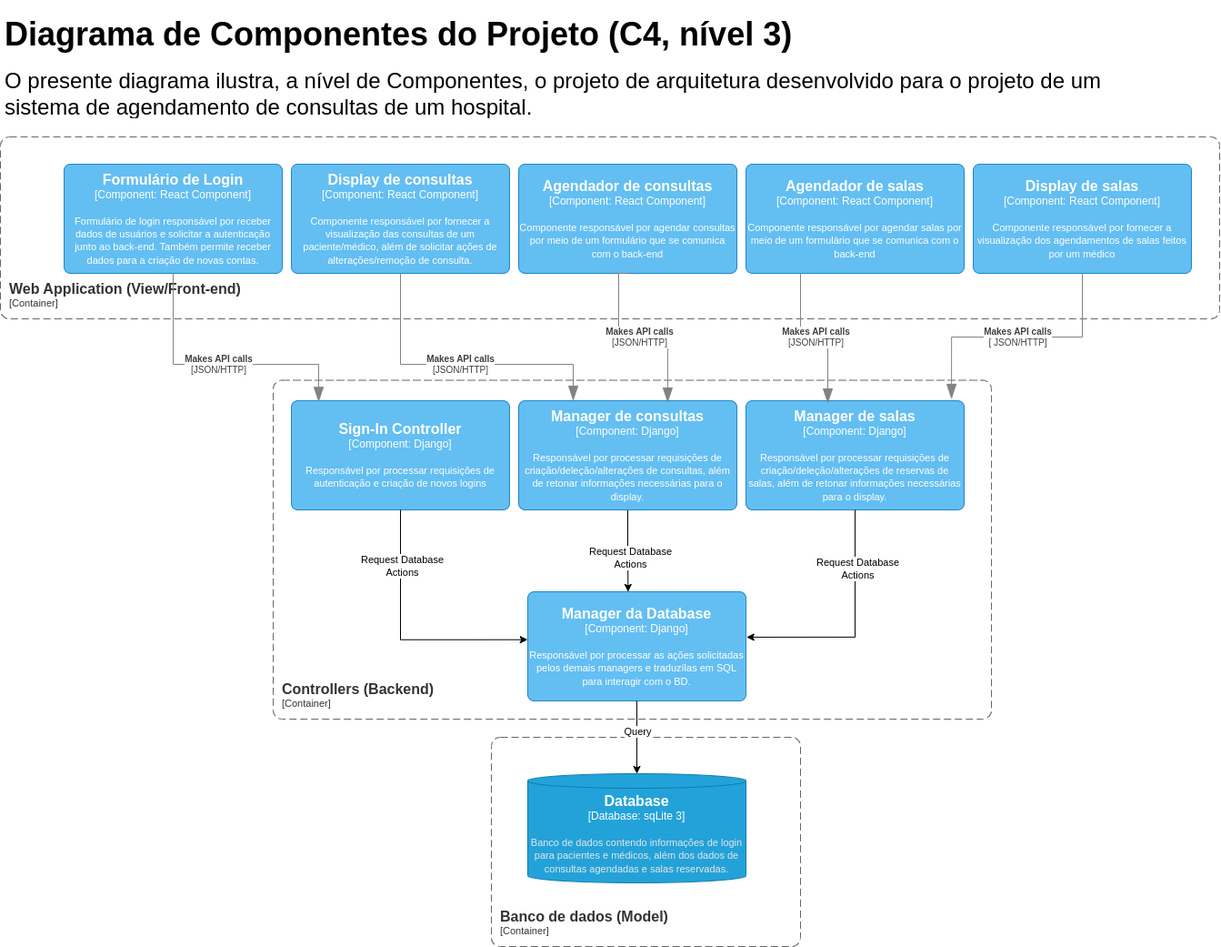
Earlier version of the draw.io export imagens/c4.drawio.png (MC426/Projeto). Source tidied: cells renumbered, new cells last; positions are measured from the earlier drawing's top-left corner, leaving out a move shared by most shapes.
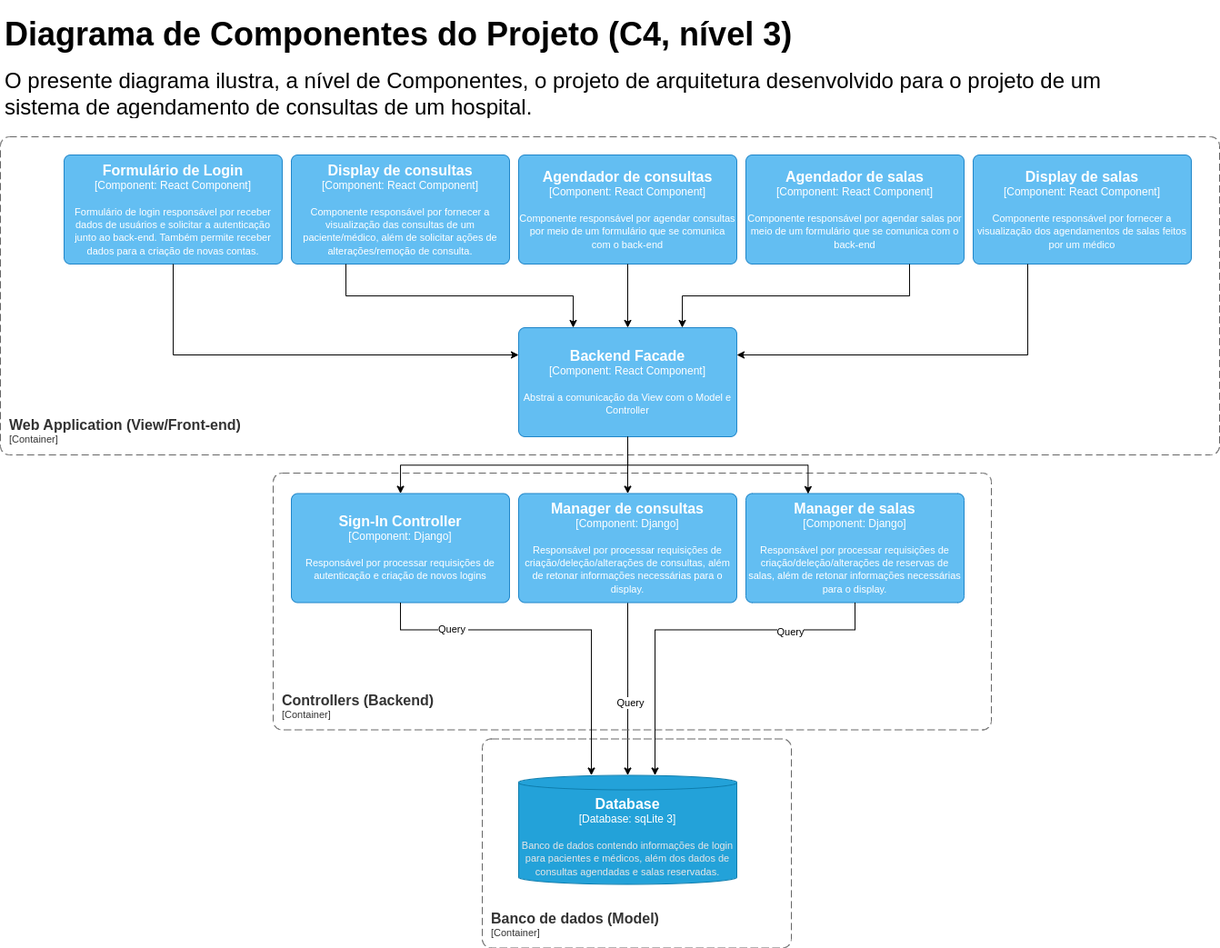
The same file after the commit.

Diff of the diagram source:
```diff
@@ -5,3 +5,3 @@
     <mxCell id="2" value="&lt;h1&gt;&lt;font style=&quot;font-size: 36px;&quot;&gt;Diagrama de Componentes do Projeto (C4, nível 3)&lt;/font&gt;&lt;/h1&gt;&lt;p&gt;&lt;font style=&quot;font-size: 24px;&quot;&gt;O presente diagrama ilustra, a nível de Componentes, o projeto de arquitetura desenvolvido para o projeto de um sistema de agendamento de consultas de um hospital.&lt;/font&gt;&lt;/p&gt;" style="text;html=1;strokeColor=none;fillColor=none;spacing=5;spacingTop=-20;whiteSpace=wrap;overflow=hidden;rounded=0;" parent="1" vertex="1">
-      <mxGeometry width="1220" height="120" as="geometry" />
+      <mxGeometry y="-150" width="1220" height="120" as="geometry" />
     </mxCell>
@@ -9,3 +9,3 @@
       <mxCell style="rounded=1;fontSize=11;whiteSpace=wrap;html=1;dashed=1;arcSize=20;fillColor=none;strokeColor=#666666;fontColor=#333333;labelBackgroundColor=none;align=left;verticalAlign=bottom;labelBorderColor=none;spacingTop=0;spacing=10;dashPattern=8 4;perimeter=rectanglePerimeter;noLabel=0;labelPadding=0;absoluteArcSize=1;" parent="1" vertex="1">
-        <mxGeometry y="140" width="1341" height="200" as="geometry" />
+        <mxGeometry y="-10" width="1341" height="350" as="geometry" />
       </mxCell>
@@ -14,3 +14,3 @@
       <mxCell style="rounded=1;whiteSpace=wrap;html=1;labelBackgroundColor=none;fillColor=#63BEF2;fontColor=#ffffff;align=center;arcSize=6;strokeColor=#2086C9;points=[[0.25,0,0],[0.5,0,0],[0.75,0,0],[1,0.25,0],[1,0.5,0],[1,0.75,0],[0.75,1,0],[0.5,1,0],[0.25,1,0],[0,0.75,0],[0,0.5,0],[0,0.25,0]];" parent="1" vertex="1">
-        <mxGeometry x="320" y="430" width="240" height="120" as="geometry" />
+        <mxGeometry x="320" y="382.5" width="240" height="120" as="geometry" />
       </mxCell>
@@ -19,3 +19,3 @@
       <mxCell style="rounded=1;whiteSpace=wrap;html=1;labelBackgroundColor=none;fillColor=#63BEF2;fontColor=#ffffff;align=center;arcSize=6;strokeColor=#2086C9;points=[[0.25,0,0],[0.5,0,0],[0.75,0,0],[1,0.25,0],[1,0.5,0],[1,0.75,0],[0.75,1,0],[0.5,1,0],[0.25,1,0],[0,0.75,0],[0,0.5,0],[0,0.25,0]];" parent="1" vertex="1">
-        <mxGeometry x="70" y="170" width="240" height="120" as="geometry" />
+        <mxGeometry x="70" y="10" width="240" height="120" as="geometry" />
       </mxCell>
@@ -24,3 +24,3 @@
       <mxCell style="rounded=1;whiteSpace=wrap;html=1;labelBackgroundColor=none;fillColor=#63BEF2;fontColor=#ffffff;align=center;arcSize=6;strokeColor=#2086C9;points=[[0.25,0,0],[0.5,0,0],[0.75,0,0],[1,0.25,0],[1,0.5,0],[1,0.75,0],[0.75,1,0],[0.5,1,0],[0.25,1,0],[0,0.75,0],[0,0.5,0],[0,0.25,0]];" parent="1" vertex="1">
-        <mxGeometry x="320" y="170" width="240" height="120" as="geometry" />
+        <mxGeometry x="320" y="10" width="240" height="120" as="geometry" />
       </mxCell>
@@ -29,6 +29,6 @@
       <mxGeometry relative="1" as="geometry">
-        <mxPoint x="690.3" y="640" as="targetPoint" />
+        <mxPoint x="690" y="692.5" as="targetPoint" />
       </mxGeometry>
     </mxCell>
-    <mxCell id="8" value="Request Database&lt;br style=&quot;border-color: var(--border-color);&quot;&gt;Actions" style="edgeLabel;html=1;align=center;verticalAlign=middle;" parent="7" vertex="1">
+    <mxCell id="8" value="Query" style="edgeLabel;html=1;align=center;verticalAlign=middle;" parent="7" vertex="1">
       <mxGeometry x="0.16" y="2" relative="1" as="geometry" />
@@ -37,29 +37,8 @@
       <mxCell style="rounded=1;whiteSpace=wrap;html=1;labelBackgroundColor=none;fillColor=#63BEF2;fontColor=#ffffff;align=center;arcSize=6;strokeColor=#2086C9;points=[[0.25,0,0],[0.5,0,0],[0.75,0,0],[1,0.25,0],[1,0.5,0],[1,0.75,0],[0.75,1,0],[0.5,1,0],[0.25,1,0],[0,0.75,0],[0,0.5,0],[0,0.25,0]];" parent="1" vertex="1">
-        <mxGeometry x="570" y="430" width="240" height="120" as="geometry" />
+        <mxGeometry x="570" y="382.5" width="240" height="120" as="geometry" />
       </mxCell>
     </object>
-    <object id="10" label="&lt;div style=&quot;text-align: left&quot;&gt;&lt;div style=&quot;text-align: center&quot;&gt;&lt;b&gt;%c4Description%&lt;/b&gt;&lt;/div&gt;&lt;div style=&quot;text-align: center&quot;&gt;[%c4Technology%]&lt;/div&gt;&lt;/div&gt;" c4Description="Makes API calls" c4Technology="JSON/HTTP" c4Type="Relationship" placeholders="1">
-      <mxCell style="endArrow=blockThin;html=1;fontSize=10;fontColor=#404040;strokeWidth=1;endFill=1;strokeColor=#828282;elbow=vertical;endSize=14;startSize=14;jumpStyle=arc;jumpSize=16;rounded=0;edgeStyle=orthogonalEdgeStyle;exitX=0.5;exitY=1;exitDx=0;exitDy=0;exitPerimeter=0;entryX=0.125;entryY=0.011;entryDx=0;entryDy=0;entryPerimeter=0;" parent="1" edge="1" source="5" target="4">
-        <mxGeometry relative="1" as="geometry">
-          <Array as="points">
-            <mxPoint x="190" y="390" />
-            <mxPoint x="350" y="390" />
-          </Array>
-        </mxGeometry>
-      </mxCell>
-    </object>
-    <object id="11" label="&lt;div style=&quot;text-align: left&quot;&gt;&lt;div style=&quot;text-align: center&quot;&gt;&lt;b&gt;%c4Description%&lt;/b&gt;&lt;/div&gt;&lt;div style=&quot;text-align: center&quot;&gt;[%c4Technology%]&lt;/div&gt;&lt;/div&gt;" c4Description="Makes API calls" c4Technology="JSON/HTTP" c4Type="Relationship" placeholders="1">
-      <mxCell style="endArrow=blockThin;html=1;fontSize=10;fontColor=#404040;strokeWidth=1;endFill=1;strokeColor=#828282;elbow=vertical;endSize=14;startSize=14;jumpStyle=arc;jumpSize=16;rounded=0;edgeStyle=orthogonalEdgeStyle;entryX=0.25;entryY=0;entryDx=0;entryDy=0;entryPerimeter=0;" parent="1" edge="1" target="9">
-        <mxGeometry relative="1" as="geometry">
-          <mxPoint x="440" y="290" as="sourcePoint" />
-          <Array as="points">
-            <mxPoint x="440" y="390" />
-            <mxPoint x="630" y="390" />
-          </Array>
-        </mxGeometry>
-      </mxCell>
-    </object>
     <object id="12" label="&lt;font style=&quot;font-size: 16px&quot;&gt;&lt;b&gt;%c4Name%&lt;/b&gt;&lt;/font&gt;&lt;div&gt;[%c4Type%: %c4Technology%]&lt;/div&gt;&lt;br&gt;&lt;div&gt;&lt;font style=&quot;font-size: 11px&quot;&gt;%c4Description%&lt;/font&gt;&lt;/div&gt;" c4Description="Componente responsável por agendar consultas por meio de um formulário que se comunica com o back-end" c4Name="Agendador de consultas" c4Technology="React Component" c4Type="Component" placeholders="1">
       <mxCell style="rounded=1;whiteSpace=wrap;html=1;labelBackgroundColor=none;fillColor=#63BEF2;fontColor=#ffffff;align=center;arcSize=6;strokeColor=#2086C9;points=[[0.25,0,0],[0.5,0,0],[0.75,0,0],[1,0.25,0],[1,0.5,0],[1,0.75,0],[0.75,1,0],[0.5,1,0],[0.25,1,0],[0,0.75,0],[0,0.5,0],[0,0.25,0]];" parent="1" vertex="1">
-        <mxGeometry x="570" y="170" width="240" height="120" as="geometry" />
+        <mxGeometry x="570" y="10" width="240" height="120" as="geometry" />
       </mxCell>
@@ -68,3 +47,3 @@
       <mxCell style="rounded=1;whiteSpace=wrap;html=1;labelBackgroundColor=none;fillColor=#63BEF2;fontColor=#ffffff;align=center;arcSize=6;strokeColor=#2086C9;points=[[0.25,0,0],[0.5,0,0],[0.75,0,0],[1,0.25,0],[1,0.5,0],[1,0.75,0],[0.75,1,0],[0.5,1,0],[0.25,1,0],[0,0.75,0],[0,0.5,0],[0,0.25,0]];" parent="1" vertex="1">
-        <mxGeometry x="820" y="170" width="240" height="120" as="geometry" />
+        <mxGeometry x="820" y="10" width="240" height="120" as="geometry" />
       </mxCell>
@@ -73,3 +52,3 @@
       <mxCell style="rounded=1;fontSize=11;whiteSpace=wrap;html=1;dashed=1;arcSize=20;fillColor=none;strokeColor=#666666;fontColor=#333333;labelBackgroundColor=none;align=left;verticalAlign=bottom;labelBorderColor=none;spacingTop=0;spacing=10;dashPattern=8 4;perimeter=rectanglePerimeter;noLabel=0;labelPadding=0;absoluteArcSize=1;" parent="1" vertex="1">
-        <mxGeometry x="300" y="407.5" width="790" height="372.5" as="geometry" />
+        <mxGeometry x="300" y="360" width="790" height="282.5" as="geometry" />
       </mxCell>
@@ -78,3 +57,3 @@
       <mxCell style="rounded=1;whiteSpace=wrap;html=1;labelBackgroundColor=none;fillColor=#63BEF2;fontColor=#ffffff;align=center;arcSize=6;strokeColor=#2086C9;points=[[0.25,0,0],[0.5,0,0],[0.75,0,0],[1,0.25,0],[1,0.5,0],[1,0.75,0],[0.75,1,0],[0.5,1,0],[0.25,1,0],[0,0.75,0],[0,0.5,0],[0,0.25,0]];" parent="1" vertex="1">
-        <mxGeometry x="1070" y="170" width="240" height="120" as="geometry" />
+        <mxGeometry x="1070" y="10" width="240" height="120" as="geometry" />
       </mxCell>
@@ -83,29 +62,8 @@
       <mxCell style="rounded=1;whiteSpace=wrap;html=1;labelBackgroundColor=none;fillColor=#63BEF2;fontColor=#ffffff;align=center;arcSize=6;strokeColor=#2086C9;points=[[0.25,0,0],[0.5,0,0],[0.75,0,0],[1,0.25,0],[1,0.5,0],[1,0.75,0],[0.75,1,0],[0.5,1,0],[0.25,1,0],[0,0.75,0],[0,0.5,0],[0,0.25,0]];" parent="1" vertex="1">
-        <mxGeometry x="820" y="430" width="240" height="120" as="geometry" />
+        <mxGeometry x="820" y="382.5" width="240" height="120" as="geometry" />
       </mxCell>
     </object>
-    <object id="17" label="&lt;div style=&quot;text-align: left&quot;&gt;&lt;div style=&quot;text-align: center&quot;&gt;&lt;b&gt;%c4Description%&lt;/b&gt;&lt;/div&gt;&lt;div style=&quot;text-align: center&quot;&gt;[%c4Technology%]&lt;/div&gt;&lt;/div&gt;" c4Description="Makes API calls" c4Technology="JSON/HTTP" c4Type="Relationship" placeholders="1">
-      <mxCell style="endArrow=blockThin;html=1;fontSize=10;fontColor=#404040;strokeWidth=1;endFill=1;strokeColor=#828282;elbow=vertical;endSize=14;startSize=14;jumpStyle=arc;jumpSize=16;rounded=0;edgeStyle=orthogonalEdgeStyle;exitX=0.5;exitY=1;exitDx=0;exitDy=0;exitPerimeter=0;entryX=0.683;entryY=0.017;entryDx=0;entryDy=0;entryPerimeter=0;" parent="1" edge="1" source="12" target="9">
-        <mxGeometry relative="1" as="geometry">
-          <Array as="points">
-            <mxPoint x="680" y="290" />
-            <mxPoint x="680" y="360" />
-            <mxPoint x="734" y="360" />
-          </Array>
-        </mxGeometry>
-      </mxCell>
-    </object>
-    <object id="18" label="&lt;div style=&quot;text-align: left&quot;&gt;&lt;div style=&quot;text-align: center&quot;&gt;&lt;b&gt;%c4Description%&lt;/b&gt;&lt;/div&gt;&lt;div style=&quot;text-align: center&quot;&gt;[%c4Technology%]&lt;/div&gt;&lt;/div&gt;" c4Description="Makes API calls" c4Technology="JSON/HTTP" c4Type="Relationship" placeholders="1">
-      <mxCell style="endArrow=blockThin;html=1;fontSize=10;fontColor=#404040;strokeWidth=1;endFill=1;strokeColor=#828282;elbow=vertical;endSize=14;startSize=14;jumpStyle=arc;jumpSize=16;rounded=0;edgeStyle=orthogonalEdgeStyle;exitX=0.25;exitY=1;exitDx=0;exitDy=0;exitPerimeter=0;entryX=0.375;entryY=0.025;entryDx=0;entryDy=0;entryPerimeter=0;" parent="1" edge="1" source="13" target="16">
-        <mxGeometry relative="1" as="geometry" />
-      </mxCell>
-    </object>
-    <object id="19" label="&lt;div style=&quot;text-align: left&quot;&gt;&lt;div style=&quot;text-align: center&quot;&gt;&lt;b&gt;%c4Description%&lt;/b&gt;&lt;/div&gt;&lt;div style=&quot;text-align: center&quot;&gt;[%c4Technology%]&lt;/div&gt;&lt;/div&gt;" c4Description=" Makes API calls" c4Technology=" JSON/HTTP" c4Type="Relationship" placeholders="1">
-      <mxCell style="endArrow=blockThin;html=1;fontSize=10;fontColor=#404040;strokeWidth=1;endFill=1;strokeColor=#828282;elbow=vertical;endSize=14;startSize=14;jumpStyle=arc;jumpSize=16;rounded=0;edgeStyle=orthogonalEdgeStyle;exitX=0.5;exitY=1;exitDx=0;exitDy=0;exitPerimeter=0;entryX=0.942;entryY=-0.017;entryDx=0;entryDy=0;entryPerimeter=0;" parent="1" edge="1" source="15" target="16">
-        <mxGeometry relative="1" as="geometry" />
-      </mxCell>
-    </object>
     <object id="20" label="&lt;font style=&quot;font-size: 16px&quot;&gt;&lt;b&gt;&lt;div style=&quot;text-align: left&quot;&gt;%c4Name%&lt;/div&gt;&lt;/b&gt;&lt;/font&gt;&lt;div style=&quot;text-align: left&quot;&gt;[%c4Application%]&lt;/div&gt;" c4Application="Container" c4Name="Banco de dados (Model)" c4Type="ContainerScopeBoundary" placeholders="1">
       <mxCell style="rounded=1;fontSize=11;whiteSpace=wrap;html=1;dashed=1;arcSize=20;fillColor=none;strokeColor=#666666;fontColor=#333333;labelBackgroundColor=none;align=left;verticalAlign=bottom;labelBorderColor=none;spacingTop=0;spacing=10;dashPattern=8 4;perimeter=rectanglePerimeter;noLabel=0;labelPadding=0;absoluteArcSize=1;" parent="1" vertex="1">
-        <mxGeometry x="540" y="800" width="340" height="230" as="geometry" />
+        <mxGeometry x="530" y="652.5" width="340" height="230" as="geometry" />
       </mxCell>
@@ -114,28 +72,58 @@
       <mxCell style="shape=cylinder3;size=8;whiteSpace=wrap;html=1;boundedLbl=1;rounded=0;labelBackgroundColor=none;fillColor=#23A2D9;fontSize=12;fontColor=#ffffff;align=center;strokeColor=#0E7DAD;points=[[0.5,0,0],[1,0.25,0],[1,0.5,0],[1,0.75,0],[0.5,1,0],[0,0.75,0],[0,0.5,0],[0,0.25,0]];" parent="1" vertex="1">
-        <mxGeometry x="580" y="840" width="240" height="120" as="geometry" />
+        <mxGeometry x="570" y="692.5" width="240" height="120" as="geometry" />
       </mxCell>
     </object>
-    <object id="22" label="&lt;font style=&quot;font-size: 16px&quot;&gt;&lt;b&gt;%c4Name%&lt;/b&gt;&lt;/font&gt;&lt;div&gt;[%c4Type%: %c4Technology%]&lt;/div&gt;&lt;br&gt;&lt;div&gt;&lt;font style=&quot;font-size: 11px&quot;&gt;%c4Description%&lt;/font&gt;&lt;/div&gt;" c4Description="Responsável por processar as ações solicitadas pelos demais managers e traduzílas em SQL para interagir com o BD." c4Name="Manager da Database" c4Technology="Django" c4Type="Component" placeholders="1">
-      <mxCell style="rounded=1;whiteSpace=wrap;html=1;labelBackgroundColor=none;fillColor=#63BEF2;fontColor=#ffffff;align=center;arcSize=6;strokeColor=#2086C9;points=[[0.25,0,0],[0.5,0,0],[0.75,0,0],[1,0.25,0],[1,0.5,0],[1,0.75,0],[0.75,1,0],[0.5,1,0],[0.25,1,0],[0,0.75,0],[0,0.5,0],[0,0.25,0]];" parent="1" vertex="1">
-        <mxGeometry x="580" y="640" width="240" height="120" as="geometry" />
-      </mxCell>
-    </object>
-    <mxCell id="23" style="edgeStyle=orthogonalEdgeStyle;rounded=0;jettySize=auto;html=1;exitX=0.5;exitY=1;exitDx=0;exitDy=0;exitPerimeter=0;entryX=0.5;entryY=0;entryDx=0;entryDy=0;entryPerimeter=0;" parent="1" edge="1" source="22" target="21">
-      <mxGeometry relative="1" as="geometry" />
-    </mxCell>
-    <mxCell id="24" value="Query" style="edgeLabel;html=1;align=center;verticalAlign=middle;" parent="23" vertex="1">
-      <mxGeometry x="-0.19" relative="1" as="geometry" />
-    </mxCell>
-    <mxCell id="25" style="edgeStyle=orthogonalEdgeStyle;rounded=0;jettySize=auto;html=1;exitX=0.5;exitY=1;exitDx=0;exitDy=0;exitPerimeter=0;entryX=-0.001;entryY=0.439;entryDx=0;entryDy=0;entryPerimeter=0;" parent="1" edge="1" source="4" target="22">
-      <mxGeometry relative="1" as="geometry" />
+    <mxCell id="25" style="edgeStyle=orthogonalEdgeStyle;rounded=0;jettySize=auto;html=1;exitX=0.5;exitY=1;exitDx=0;exitDy=0;exitPerimeter=0;" parent="1" edge="1" source="4">
+      <mxGeometry relative="1" as="geometry">
+        <mxPoint x="650" y="692.5" as="targetPoint" />
+        <Array as="points">
+          <mxPoint x="440" y="532.5" />
+          <mxPoint x="650" y="532.5" />
+        </Array>
+      </mxGeometry>
     </mxCell>
-    <mxCell id="26" value="Request Database&lt;br&gt;Actions" style="edgeLabel;html=1;align=center;verticalAlign=middle;" parent="25" vertex="1">
+    <mxCell id="26" value="Query&amp;nbsp;" style="edgeLabel;html=1;align=center;verticalAlign=middle;" parent="25" vertex="1">
       <mxGeometry x="-0.56" y="1" relative="1" as="geometry" />
     </mxCell>
-    <mxCell id="27" style="edgeStyle=orthogonalEdgeStyle;rounded=0;jettySize=auto;html=1;exitX=0.5;exitY=1;exitDx=0;exitDy=0;exitPerimeter=0;entryX=1.003;entryY=0.416;entryDx=0;entryDy=0;entryPerimeter=0;" parent="1" edge="1" source="16" target="22">
-      <mxGeometry relative="1" as="geometry" />
+    <mxCell id="27" style="edgeStyle=orthogonalEdgeStyle;rounded=0;jettySize=auto;html=1;exitX=0.5;exitY=1;exitDx=0;exitDy=0;exitPerimeter=0;" parent="1" edge="1" source="16">
+      <mxGeometry relative="1" as="geometry">
+        <mxPoint x="720" y="692.5" as="targetPoint" />
+        <Array as="points">
+          <mxPoint x="940" y="532.5" />
+          <mxPoint x="720" y="532.5" />
+        </Array>
+      </mxGeometry>
     </mxCell>
-    <mxCell id="28" value="Request Database&lt;br style=&quot;border-color: var(--border-color);&quot;&gt;Actions" style="edgeLabel;html=1;align=center;verticalAlign=middle;" parent="27" vertex="1">
+    <mxCell id="28" value="Query" style="edgeLabel;html=1;align=center;verticalAlign=middle;" parent="27" vertex="1">
       <mxGeometry x="-0.5" y="2" relative="1" as="geometry" />
     </mxCell>
+    <mxCell id="29" style="edgeStyle=orthogonalEdgeStyle;rounded=0;jettySize=auto;html=1;exitX=0.5;exitY=1;exitDx=0;exitDy=0;exitPerimeter=0;" parent="1" edge="1" source="22" target="4">
+      <mxGeometry relative="1" as="geometry" />
+    </mxCell>
+    <object id="22" label="&lt;font style=&quot;font-size: 16px&quot;&gt;&lt;b&gt;%c4Name%&lt;/b&gt;&lt;/font&gt;&lt;div&gt;[%c4Type%: %c4Technology%]&lt;/div&gt;&lt;br&gt;&lt;div&gt;&lt;font style=&quot;font-size: 11px&quot;&gt;%c4Description%&lt;/font&gt;&lt;/div&gt;" c4Description="Abstrai a comunicação da View com o Model e Controller" c4Name="Backend Facade" c4Technology="React Component" c4Type="Component" placeholders="1">
+      <mxCell style="rounded=1;whiteSpace=wrap;html=1;labelBackgroundColor=none;fillColor=#63BEF2;fontColor=#ffffff;align=center;arcSize=6;strokeColor=#2086C9;points=[[0.25,0,0],[0.5,0,0],[0.75,0,0],[1,0.25,0],[1,0.5,0],[1,0.75,0],[0.75,1,0],[0.5,1,0],[0.25,1,0],[0,0.75,0],[0,0.5,0],[0,0.25,0]];" parent="1" vertex="1">
+        <mxGeometry x="570" y="200" width="240" height="120" as="geometry" />
+      </mxCell>
+    </object>
+    <mxCell id="30" style="edgeStyle=orthogonalEdgeStyle;rounded=0;jettySize=auto;html=1;exitX=0.5;exitY=1;exitDx=0;exitDy=0;exitPerimeter=0;entryX=0;entryY=0.25;entryDx=0;entryDy=0;entryPerimeter=0;" parent="1" edge="1" source="5" target="22">
+      <mxGeometry relative="1" as="geometry" />
+    </mxCell>
+    <mxCell id="31" style="edgeStyle=orthogonalEdgeStyle;rounded=0;jettySize=auto;html=1;exitX=0.25;exitY=1;exitDx=0;exitDy=0;exitPerimeter=0;entryX=0.25;entryY=0;entryDx=0;entryDy=0;entryPerimeter=0;" parent="1" edge="1" source="6" target="22">
+      <mxGeometry relative="1" as="geometry" />
+    </mxCell>
+    <mxCell id="32" style="edgeStyle=orthogonalEdgeStyle;rounded=0;jettySize=auto;html=1;exitX=0.5;exitY=1;exitDx=0;exitDy=0;exitPerimeter=0;entryX=0.5;entryY=0;entryDx=0;entryDy=0;entryPerimeter=0;" parent="1" edge="1" source="12" target="22">
+      <mxGeometry relative="1" as="geometry" />
+    </mxCell>
+    <mxCell id="33" style="edgeStyle=orthogonalEdgeStyle;rounded=0;jettySize=auto;html=1;exitX=0.75;exitY=1;exitDx=0;exitDy=0;exitPerimeter=0;entryX=0.75;entryY=0;entryDx=0;entryDy=0;entryPerimeter=0;" parent="1" edge="1" source="13" target="22">
+      <mxGeometry relative="1" as="geometry" />
+    </mxCell>
+    <mxCell id="34" style="edgeStyle=orthogonalEdgeStyle;rounded=0;jettySize=auto;html=1;exitX=0.25;exitY=1;exitDx=0;exitDy=0;exitPerimeter=0;entryX=1;entryY=0.25;entryDx=0;entryDy=0;entryPerimeter=0;" parent="1" edge="1" source="15" target="22">
+      <mxGeometry relative="1" as="geometry" />
+    </mxCell>
+    <mxCell id="35" style="edgeStyle=orthogonalEdgeStyle;rounded=0;jettySize=auto;html=1;exitX=0.5;exitY=1;exitDx=0;exitDy=0;exitPerimeter=0;entryX=0.5;entryY=0;entryDx=0;entryDy=0;entryPerimeter=0;" parent="1" edge="1" source="22" target="9">
+      <mxGeometry relative="1" as="geometry" />
+    </mxCell>
+    <mxCell id="36" style="edgeStyle=orthogonalEdgeStyle;rounded=0;jettySize=auto;html=1;exitX=0.5;exitY=1;exitDx=0;exitDy=0;exitPerimeter=0;entryX=0.285;entryY=0.003;entryDx=0;entryDy=0;entryPerimeter=0;" parent="1" edge="1" source="22" target="16">
+      <mxGeometry relative="1" as="geometry" />
+    </mxCell>
   </root>
```
